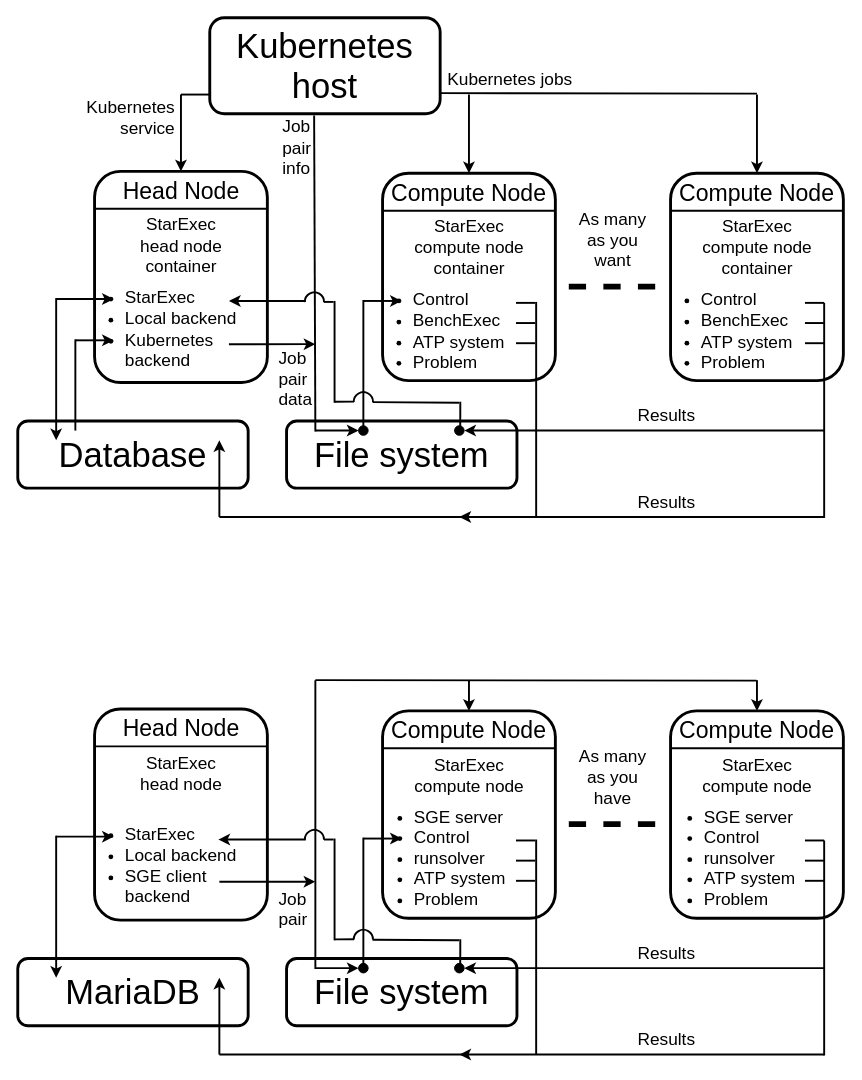
The draw.io diagram Architecture.drawio in GeoffsPapers/StarExecAWS, before the edit. Source tidied: cells renumbered, new cells numbered last; positions are measured from the earlier drawing's top-left corner, leaving out a move shared by most shapes. Both pictures are drawn from the tidied source at 96%, with x=0, y=0 at pixel (17, 17).
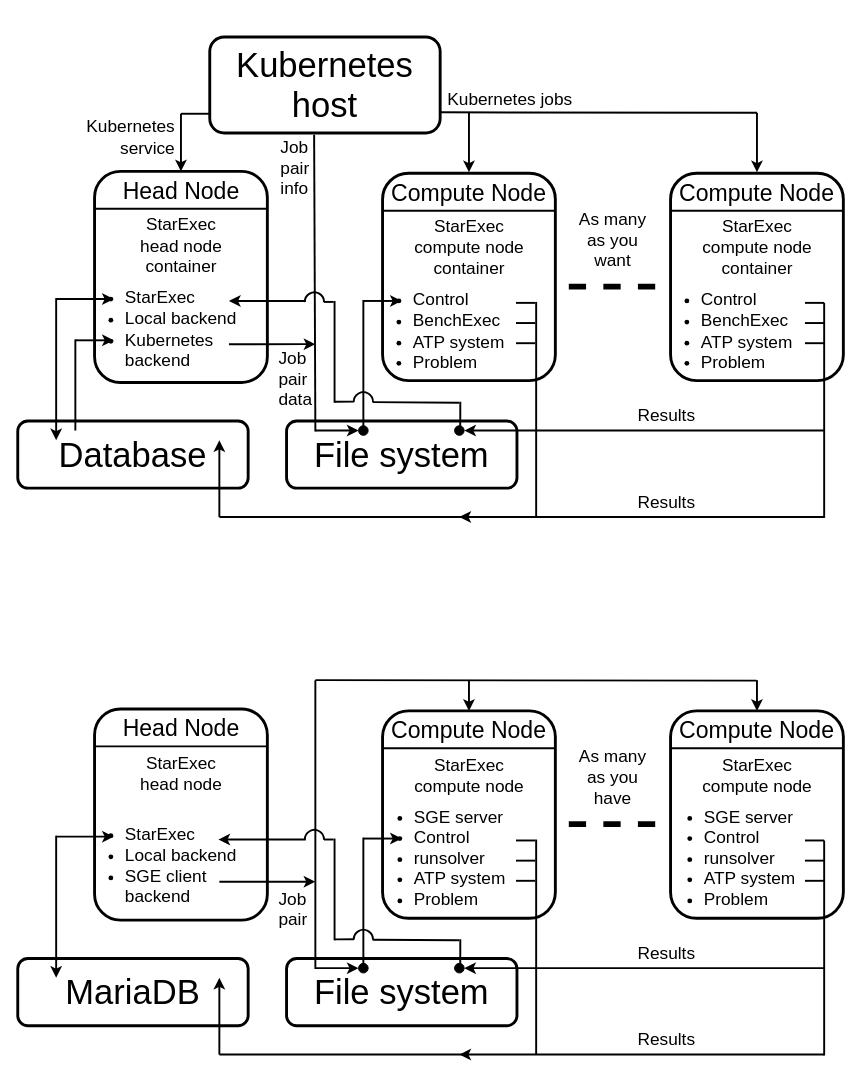
Above is the later version.

Unchanged cells that the change refers to:
```xml
<mxCell id="56" value="&lt;p style=&quot;margin: 0px; font-variant-numeric: normal; font-variant-east-asian: normal; font-variant-alternates: normal; font-kerning: auto; font-optical-sizing: auto; font-feature-settings: normal; font-variation-settings: normal; font-variant-position: normal; font-stretch: normal; font-size: 36px; line-height: normal; text-align: start;&quot; class=&quot;p1&quot;&gt;Kubernetes&lt;/p&gt;&lt;p style=&quot;margin: 0px; font-variant-numeric: normal; font-variant-east-asian: normal; font-variant-alternates: normal; font-kerning: auto; font-optical-sizing: auto; font-feature-settings: normal; font-variation-settings: normal; font-variant-position: normal; font-stretch: normal; font-size: 36px; line-height: normal;&quot; class=&quot;p1&quot;&gt;host&lt;/p&gt;" style="text;strokeColor=none;align=center;fillColor=none;html=1;verticalAlign=middle;whiteSpace=wrap;rounded=0;" parent="54" vertex="1">
  <mxGeometry x="5" y="5" width="230" height="90" as="geometry" />
</mxCell>
<mxCell id="62" style="rounded=1;whiteSpace=wrap;html=1;strokeWidth=3;fillColor=none;" parent="60" vertex="1">
  <mxGeometry x="20" width="180" height="220" as="geometry" />
</mxCell>
```

The edit, as a diff of the source:
```diff
@@
     <mxCell id="34" style="endArrow=classic;html=1;rounded=0;strokeWidth=2;entryX=0.5;entryY=0;entryDx=0;entryDy=0;" parent="1" edge="1" target="62">
       <mxGeometry relative="1" as="geometry">
-        <mxPoint x="170" y="80" as="sourcePoint" />
+        <mxPoint x="170" y="100" as="sourcePoint" />
       </mxGeometry>
     </mxCell>
@@
     <mxCell id="38" value="&lt;div&gt;&lt;span style=&quot;font-size: 18px;&quot;&gt;Job&lt;/span&gt;&lt;/div&gt;&lt;div&gt;&lt;span style=&quot;font-size: 18px; background-color: initial;&quot;&gt;pair&lt;/span&gt;&lt;/div&gt;&lt;div&gt;&lt;span style=&quot;font-size: 18px; background-color: initial;&quot;&gt;info&lt;/span&gt;&lt;br&gt;&lt;/div&gt;" style="text;strokeColor=none;align=left;fillColor=none;html=1;verticalAlign=middle;whiteSpace=wrap;rounded=0;" parent="1" vertex="1">
-      <mxGeometry x="274" y="104" width="40" height="64" as="geometry" />
+      <mxGeometry x="272" y="125" width="40" height="64" as="geometry" />
     </mxCell>
@@
     <mxCell id="54" style="group;" parent="1" vertex="1">
-      <mxGeometry x="200" width="240" height="100" as="geometry" />
+      <mxGeometry x="200" y="20" width="240" height="100" as="geometry" />
     </mxCell>
@@
     <mxCell id="57" value="&lt;font style=&quot;font-size: 18px;&quot;&gt;Kubernetes&lt;/font&gt;&lt;div&gt;&lt;font style=&quot;font-size: 18px;&quot;&gt;service&lt;/font&gt;&lt;/div&gt;" style="text;strokeColor=none;align=right;fillColor=none;html=1;verticalAlign=middle;whiteSpace=wrap;rounded=0;" parent="1" vertex="1">
-      <mxGeometry x="65" y="80" width="100.8" height="50" as="geometry" />
+      <mxGeometry x="65" y="100" width="100.8" height="50" as="geometry" />
     </mxCell>
     <mxCell id="58" style="endArrow=none;html=1;rounded=0;strokeWidth=2;" parent="1" edge="1">
       <mxGeometry relative="1" as="geometry">
-        <mxPoint x="170" y="80" as="sourcePoint" />
-        <mxPoint x="200" y="80" as="targetPoint" />
+        <mxPoint x="170" y="100" as="sourcePoint" />
+        <mxPoint x="200" y="100" as="targetPoint" />
       </mxGeometry>
     </mxCell>
@@
-    <mxCell id="72" style="endArrow=none;html=1;rounded=0;strokeWidth=2;entryX=1.024;entryY=0.817;entryDx=0;entryDy=0;entryPerimeter=0;" parent="1" edge="1" target="56">
+    <mxCell id="72" style="endArrow=none;html=1;rounded=0;strokeWidth=2;entryX=1.024;entryY=0.817;entryDx=0;entryDy=0;entryPerimeter=0;" parent="1" edge="1">
       <mxGeometry relative="1" as="geometry">
-        <mxPoint x="770" y="79" as="sourcePoint" />
+        <mxPoint x="770" y="99" as="sourcePoint" />
+        <mxPoint x="440.5" y="98.5" as="targetPoint" />
       </mxGeometry>
     </mxCell>
     <mxCell id="73" style="endArrow=classic;html=1;rounded=0;strokeWidth=2;entryX=0.5;entryY=0;entryDx=0;entryDy=0;" parent="1" edge="1">
       <mxGeometry relative="1" as="geometry">
-        <mxPoint x="470" y="80" as="sourcePoint" />
-        <mxPoint x="470" y="162" as="targetPoint" />
+        <mxPoint x="470" y="99" as="sourcePoint" />
+        <mxPoint x="470" y="161" as="targetPoint" />
       </mxGeometry>
     </mxCell>
     <mxCell id="74" style="endArrow=classic;html=1;rounded=0;strokeWidth=2;entryX=0.5;entryY=0;entryDx=0;entryDy=0;" parent="1" edge="1">
       <mxGeometry relative="1" as="geometry">
-        <mxPoint x="770" y="80" as="sourcePoint" />
-        <mxPoint x="770" y="162" as="targetPoint" />
+        <mxPoint x="770" y="99" as="sourcePoint" />
+        <mxPoint x="770" y="161" as="targetPoint" />
       </mxGeometry>
     </mxCell>
     <mxCell id="75" value="&lt;font style=&quot;font-size: 18px;&quot;&gt;Kubernetes&amp;nbsp;&lt;/font&gt;&lt;span style=&quot;font-size: 18px; background-color: initial;&quot;&gt;jobs&lt;/span&gt;" style="text;strokeColor=none;align=right;fillColor=none;html=1;verticalAlign=middle;whiteSpace=wrap;rounded=0;" parent="1" vertex="1">
-      <mxGeometry x="490" y="50" width="90" height="30" as="geometry" />
+      <mxGeometry x="490" y="70" width="90" height="30" as="geometry" />
     </mxCell>
```
